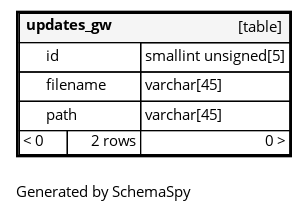
Above: diagrams/tables/updates_gw.1degree.png in ta-forever/db (Graphviz), before the change. Its source is kept beside it as diagrams/tables/updates_gw.1degree.dot. The source it was exported from:
```dot
digraph "oneDegreeRelationshipsDiagram" {
  graph [    rankdir="RL"    bgcolor="#ffffff"    label="\nGenerated by SchemaSpy"    labeljust="l"    nodesep="0.18"    ranksep="0.46"    fontname="Helvetica"    fontsize="11"    ration="compress"  ];  node [    fontname="Helvetica"    fontsize="11"    shape="plaintext"  ];  edge [    arrowsize="0.8"  ];
  "updates_gw" [
   label=<
    <TABLE BORDER="2" CELLBORDER="1" CELLSPACING="0" BGCOLOR="#ffffff">
      <TR><TD COLSPAN="4"  BGCOLOR="#f5f5f5"><TABLE BORDER="0" CELLSPACING="0"><TR><TD ALIGN="LEFT" FIXEDSIZE="TRUE" WIDTH="70" HEIGHT="16"><B>updates_gw</B></TD><TD ALIGN="RIGHT">[table]</TD></TR></TABLE></TD></TR>
      <TR><TD PORT="id" COLSPAN="2" BGCOLOR="#ffffff" ALIGN="LEFT"><TABLE BORDER="0" CELLSPACING="0" ALIGN="LEFT"><TR ALIGN="LEFT"><TD ALIGN="LEFT" FIXEDSIZE="TRUE" WIDTH="15" HEIGHT="16"></TD><TD ALIGN="LEFT" FIXEDSIZE="TRUE" WIDTH="70" HEIGHT="16">id</TD></TR></TABLE></TD><TD PORT="id.type" ALIGN="LEFT">smallint unsigned[5]</TD></TR>
      <TR><TD PORT="filename" COLSPAN="2" ALIGN="LEFT"><TABLE BORDER="0" CELLSPACING="0" ALIGN="LEFT"><TR ALIGN="LEFT"><TD ALIGN="LEFT" FIXEDSIZE="TRUE" WIDTH="15" HEIGHT="16"></TD><TD ALIGN="LEFT" FIXEDSIZE="TRUE" WIDTH="70" HEIGHT="16">filename</TD></TR></TABLE></TD><TD PORT="filename.type" ALIGN="LEFT">varchar[45]</TD></TR>
      <TR><TD PORT="path" COLSPAN="2" ALIGN="LEFT"><TABLE BORDER="0" CELLSPACING="0" ALIGN="LEFT"><TR ALIGN="LEFT"><TD ALIGN="LEFT" FIXEDSIZE="TRUE" WIDTH="15" HEIGHT="16"></TD><TD ALIGN="LEFT" FIXEDSIZE="TRUE" WIDTH="70" HEIGHT="16">path</TD></TR></TABLE></TD><TD PORT="path.type" ALIGN="LEFT">varchar[45]</TD></TR>
      <TR><TD ALIGN="LEFT" BGCOLOR="#ffffff">&lt; 0</TD><TD ALIGN="RIGHT" BGCOLOR="#ffffff">2 rows</TD><TD ALIGN="RIGHT" BGCOLOR="#ffffff">0 &gt;</TD></TR>
    </TABLE>>
    URL="updates_gw.html"
    target="_top"
    tooltip="updates_gw"
  ];
}
```
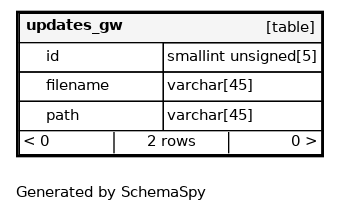
After the commit.

Change to the diagram source:
```diff
@@ -1,13 +1,13 @@
 digraph "oneDegreeRelationshipsDiagram" {
-  graph [    rankdir="RL"    bgcolor="#ffffff"    label="\nGenerated by SchemaSpy"    labeljust="l"    nodesep="0.18"    ranksep="0.46"    fontname="Helvetica"    fontsize="11"    ration="compress"  ];  node [    fontname="Helvetica"    fontsize="11"    shape="plaintext"  ];  edge [    arrowsize="0.8"  ];
+  graph [    rankdir="RL"    bgcolor="#ffffff"    label="\nGenerated by SchemaSpy"    labeljust="l"    nodesep="0.18"    ranksep="0.46"    fontname="Helvetica"    fontsize="11"    packmode="graph"  ];  node [    fontname="Helvetica"    fontsize="11"    shape="plaintext"  ];  edge [    arrowsize="0.8"  ];
   "updates_gw" [
    label=<
     <TABLE BORDER="2" CELLBORDER="1" CELLSPACING="0" BGCOLOR="#ffffff">
-      <TR><TD COLSPAN="4"  BGCOLOR="#f5f5f5"><TABLE BORDER="0" CELLSPACING="0"><TR><TD ALIGN="LEFT" FIXEDSIZE="TRUE" WIDTH="70" HEIGHT="16"><B>updates_gw</B></TD><TD ALIGN="RIGHT">[table]</TD></TR></TABLE></TD></TR>
-      <TR><TD PORT="id" COLSPAN="2" BGCOLOR="#ffffff" ALIGN="LEFT"><TABLE BORDER="0" CELLSPACING="0" ALIGN="LEFT"><TR ALIGN="LEFT"><TD ALIGN="LEFT" FIXEDSIZE="TRUE" WIDTH="15" HEIGHT="16"></TD><TD ALIGN="LEFT" FIXEDSIZE="TRUE" WIDTH="70" HEIGHT="16">id</TD></TR></TABLE></TD><TD PORT="id.type" ALIGN="LEFT">smallint unsigned[5]</TD></TR>
-      <TR><TD PORT="filename" COLSPAN="2" ALIGN="LEFT"><TABLE BORDER="0" CELLSPACING="0" ALIGN="LEFT"><TR ALIGN="LEFT"><TD ALIGN="LEFT" FIXEDSIZE="TRUE" WIDTH="15" HEIGHT="16"></TD><TD ALIGN="LEFT" FIXEDSIZE="TRUE" WIDTH="70" HEIGHT="16">filename</TD></TR></TABLE></TD><TD PORT="filename.type" ALIGN="LEFT">varchar[45]</TD></TR>
-      <TR><TD PORT="path" COLSPAN="2" ALIGN="LEFT"><TABLE BORDER="0" CELLSPACING="0" ALIGN="LEFT"><TR ALIGN="LEFT"><TD ALIGN="LEFT" FIXEDSIZE="TRUE" WIDTH="15" HEIGHT="16"></TD><TD ALIGN="LEFT" FIXEDSIZE="TRUE" WIDTH="70" HEIGHT="16">path</TD></TR></TABLE></TD><TD PORT="path.type" ALIGN="LEFT">varchar[45]</TD></TR>
-      <TR><TD ALIGN="LEFT" BGCOLOR="#ffffff">&lt; 0</TD><TD ALIGN="RIGHT" BGCOLOR="#ffffff">2 rows</TD><TD ALIGN="RIGHT" BGCOLOR="#ffffff">0 &gt;</TD></TR>
+      <TR><TD COLSPAN="4"  BGCOLOR="#f5f5f5"><TABLE BORDER="0" CELLSPACING="0"><TR><TD ALIGN="LEFT" FIXEDSIZE="TRUE" WIDTH="87" HEIGHT="16"><B>updates_gw</B></TD><TD ALIGN="RIGHT">[table]</TD></TR></TABLE></TD></TR>
+      <TR><TD PORT="id" COLSPAN="2" BGCOLOR="#ffffff" ALIGN="LEFT"><TABLE BORDER="0" CELLSPACING="0" ALIGN="LEFT"><TR ALIGN="LEFT"><TD ALIGN="LEFT" FIXEDSIZE="TRUE" WIDTH="15" HEIGHT="16"></TD><TD ALIGN="LEFT" FIXEDSIZE="TRUE" WIDTH="87" HEIGHT="16">id</TD></TR></TABLE></TD><TD PORT="id.type" ALIGN="LEFT">smallint unsigned[5]</TD></TR>
+      <TR><TD PORT="filename" COLSPAN="2" ALIGN="LEFT"><TABLE BORDER="0" CELLSPACING="0" ALIGN="LEFT"><TR ALIGN="LEFT"><TD ALIGN="LEFT" FIXEDSIZE="TRUE" WIDTH="15" HEIGHT="16"></TD><TD ALIGN="LEFT" FIXEDSIZE="TRUE" WIDTH="87" HEIGHT="16">filename</TD></TR></TABLE></TD><TD PORT="filename.type" ALIGN="LEFT">varchar[45]</TD></TR>
+      <TR><TD PORT="path" COLSPAN="2" ALIGN="LEFT"><TABLE BORDER="0" CELLSPACING="0" ALIGN="LEFT"><TR ALIGN="LEFT"><TD ALIGN="LEFT" FIXEDSIZE="TRUE" WIDTH="15" HEIGHT="16"></TD><TD ALIGN="LEFT" FIXEDSIZE="TRUE" WIDTH="87" HEIGHT="16">path</TD></TR></TABLE></TD><TD PORT="path.type" ALIGN="LEFT">varchar[45]</TD></TR>
+      <TR><TD ALIGN="LEFT" CELLPADDING="0" BGCOLOR="#ffffff" COLSPAN="4" ><TABLE BORDER="0" CELLBORDER="0" CELLSPACING="0"><TR><TD ALIGN="LEFT" BGCOLOR="#ffffff">&lt; 0</TD><VR/><TD ALIGN="CENTER" BGCOLOR="#ffffff">2 rows</TD><VR/><TD ALIGN="RIGHT" BGCOLOR="#ffffff">0 &gt;</TD></TR></TABLE></TD></TR>
     </TABLE>>
     URL="updates_gw.html"
     target="_top"
```
